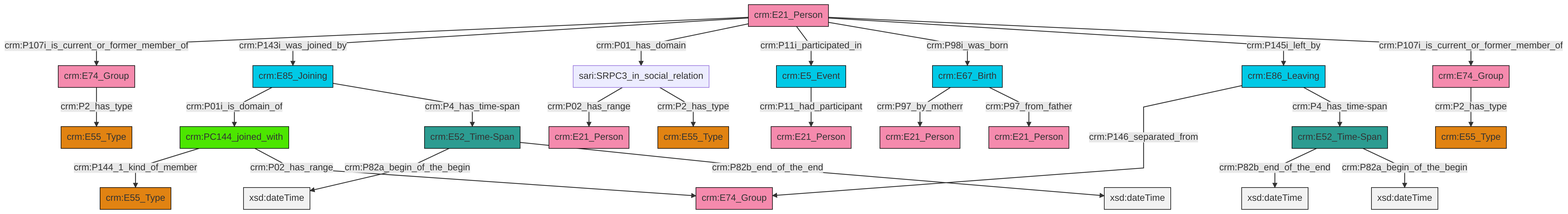
swiss-art-research-net/reference-data-models keeps this Mermaid diagram as et/personCSV/ttl/mmd/png/Person_Actor_Relations.png. Above is the earlier version. Its source is kept beside it as et/personCSV/ttl/mmd/Person_Actor_Relations.ttl.mmd.
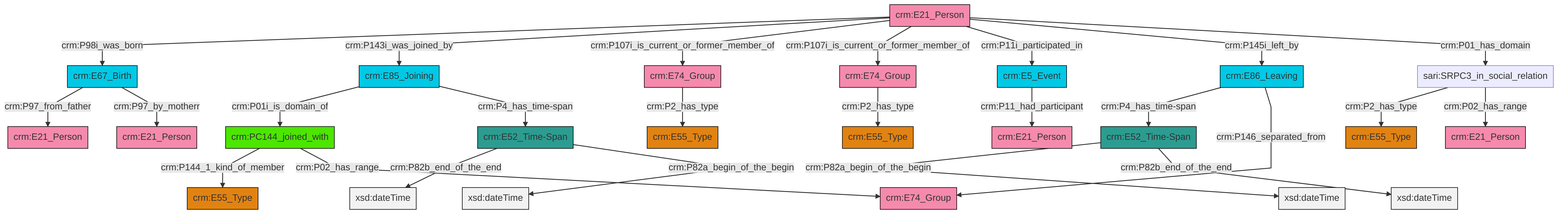
The same diagram one commit later.

What changed in the source:
```diff
@@ -13,27 +13,27 @@
 classDef PC_Classes fill:#4ce600, stroke:#000000;
 classDef Multi fill:#cccccc,stroke:#000000;
 
-2["crm:E21_Person"]:::Actor -->|crm:P107i_is_current_or_former_member_of| 3["crm:E74_Group"]:::Actor
-2["crm:E21_Person"]:::Actor -->|crm:P143i_was_joined_by| 4["crm:E85_Joining"]:::Temporal_Entity
-4["crm:E85_Joining"]:::Temporal_Entity -->|crm:P01i_is_domain_of| 0["crm:PC144_joined_with"]:::PC_Classes
-7["crm:E5_Event"]:::Temporal_Entity -->|crm:P11_had_participant| 8["crm:E21_Person"]:::Actor
-11["sari:SRPC3_in_social_relation"]:::Default -->|crm:P02_has_range| 12["crm:E21_Person"]:::Actor
-4["crm:E85_Joining"]:::Temporal_Entity -->|crm:P4_has_time-span| 14["crm:E52_Time-Span"]:::Time-Span
-3["crm:E74_Group"]:::Actor -->|crm:P2_has_type| 16["crm:E55_Type"]:::Type
-22["crm:E52_Time-Span"]:::Time-Span -->|crm:P82b_end_of_the_end| 23[xsd:dateTime]:::Literal
-26["crm:E67_Birth"]:::Temporal_Entity -->|crm:P97_by_motherr| 9["crm:E21_Person"]:::Actor
-24["crm:E74_Group"]:::Actor -->|crm:P2_has_type| 27["crm:E55_Type"]:::Type
-14["crm:E52_Time-Span"]:::Time-Span -->|crm:P82a_begin_of_the_begin| 31[xsd:dateTime]:::Literal
-26["crm:E67_Birth"]:::Temporal_Entity -->|crm:P97_from_father| 5["crm:E21_Person"]:::Actor
-0["crm:PC144_joined_with"]:::PC_Classes -->|crm:P144_1_kind_of_member| 17["crm:E55_Type"]:::Type
-0["crm:PC144_joined_with"]:::PC_Classes -->|crm:P02_has_range| 35["crm:E74_Group"]:::Actor
-28["crm:E86_Leaving"]:::Temporal_Entity -->|crm:P146_separated_from| 35["crm:E74_Group"]:::Actor
-2["crm:E21_Person"]:::Actor -->|crm:P01_has_domain| 11["sari:SRPC3_in_social_relation"]:::Default
-2["crm:E21_Person"]:::Actor -->|crm:P11i_participated_in| 7["crm:E5_Event"]:::Temporal_Entity
-14["crm:E52_Time-Span"]:::Time-Span -->|crm:P82b_end_of_the_end| 38[xsd:dateTime]:::Literal
-28["crm:E86_Leaving"]:::Temporal_Entity -->|crm:P4_has_time-span| 22["crm:E52_Time-Span"]:::Time-Span
-22["crm:E52_Time-Span"]:::Time-Span -->|crm:P82a_begin_of_the_begin| 40[xsd:dateTime]:::Literal
-11["sari:SRPC3_in_social_relation"]:::Default -->|crm:P2_has_type| 20["crm:E55_Type"]:::Type
-2["crm:E21_Person"]:::Actor -->|crm:P98i_was_born| 26["crm:E67_Birth"]:::Temporal_Entity
-2["crm:E21_Person"]:::Actor -->|crm:P145i_left_by| 28["crm:E86_Leaving"]:::Temporal_Entity
-2["crm:E21_Person"]:::Actor -->|crm:P107i_is_current_or_former_member_of| 24["crm:E74_Group"]:::Actor
+0["crm:PC144_joined_with"]:::PC_Classes -->|crm:P144_1_kind_of_member| 1["crm:E55_Type"]:::Type
+2["crm:E21_Person"]:::Actor -->|crm:P98i_was_born| 3["crm:E67_Birth"]:::Temporal_Entity
+3["crm:E67_Birth"]:::Temporal_Entity -->|crm:P97_from_father| 4["crm:E21_Person"]:::Actor
+2["crm:E21_Person"]:::Actor -->|crm:P143i_was_joined_by| 5["crm:E85_Joining"]:::Temporal_Entity
+6["crm:E74_Group"]:::Actor -->|crm:P2_has_type| 7["crm:E55_Type"]:::Type
+3["crm:E67_Birth"]:::Temporal_Entity -->|crm:P97_by_motherr| 8["crm:E21_Person"]:::Actor
+10["sari:SRPC3_in_social_relation"]:::Default -->|crm:P2_has_type| 11["crm:E55_Type"]:::Type
+5["crm:E85_Joining"]:::Temporal_Entity -->|crm:P01i_is_domain_of| 0["crm:PC144_joined_with"]:::PC_Classes
+2["crm:E21_Person"]:::Actor -->|crm:P107i_is_current_or_former_member_of| 17["crm:E74_Group"]:::Actor
+10["sari:SRPC3_in_social_relation"]:::Default -->|crm:P02_has_range| 18["crm:E21_Person"]:::Actor
+14["crm:E52_Time-Span"]:::Time-Span -->|crm:P82b_end_of_the_end| 21[xsd:dateTime]:::Literal
+14["crm:E52_Time-Span"]:::Time-Span -->|crm:P82a_begin_of_the_begin| 23[xsd:dateTime]:::Literal
+5["crm:E85_Joining"]:::Temporal_Entity -->|crm:P4_has_time-span| 14["crm:E52_Time-Span"]:::Time-Span
+19["crm:E5_Event"]:::Temporal_Entity -->|crm:P11_had_participant| 26["crm:E21_Person"]:::Actor
+17["crm:E74_Group"]:::Actor -->|crm:P2_has_type| 28["crm:E55_Type"]:::Type
+2["crm:E21_Person"]:::Actor -->|crm:P107i_is_current_or_former_member_of| 6["crm:E74_Group"]:::Actor
+37["crm:E52_Time-Span"]:::Time-Span -->|crm:P82a_begin_of_the_begin| 38[xsd:dateTime]:::Literal
+34["crm:E86_Leaving"]:::Temporal_Entity -->|crm:P4_has_time-span| 37["crm:E52_Time-Span"]:::Time-Span
+2["crm:E21_Person"]:::Actor -->|crm:P11i_participated_in| 19["crm:E5_Event"]:::Temporal_Entity
+2["crm:E21_Person"]:::Actor -->|crm:P145i_left_by| 34["crm:E86_Leaving"]:::Temporal_Entity
+2["crm:E21_Person"]:::Actor -->|crm:P01_has_domain| 10["sari:SRPC3_in_social_relation"]:::Default
+0["crm:PC144_joined_with"]:::PC_Classes -->|crm:P02_has_range| 31["crm:E74_Group"]:::Actor
+37["crm:E52_Time-Span"]:::Time-Span -->|crm:P82b_end_of_the_end| 46[xsd:dateTime]:::Literal
+34["crm:E86_Leaving"]:::Temporal_Entity -->|crm:P146_separated_from| 31["crm:E74_Group"]:::Actor
```
